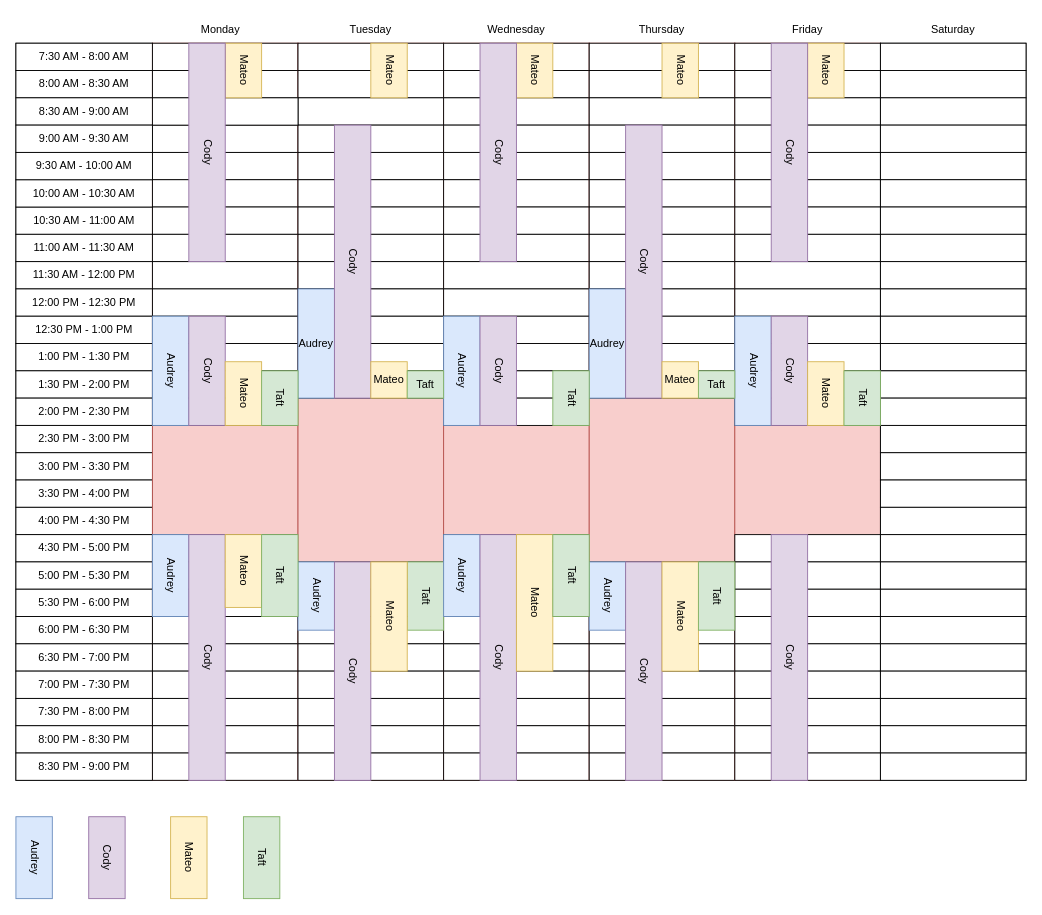
Above: notion/_availability.drawio in MateoTomaszeuski/Spring2025-FinalProject (draw.io), before the change. Source tidied: cells renumbered, new cells numbered last; positions are measured from the earlier drawing's top-left corner, leaving out a move shared by most shapes. Both pictures are drawn from the tidied source at 91%, with x=0, y=0 at pixel (15, 15).
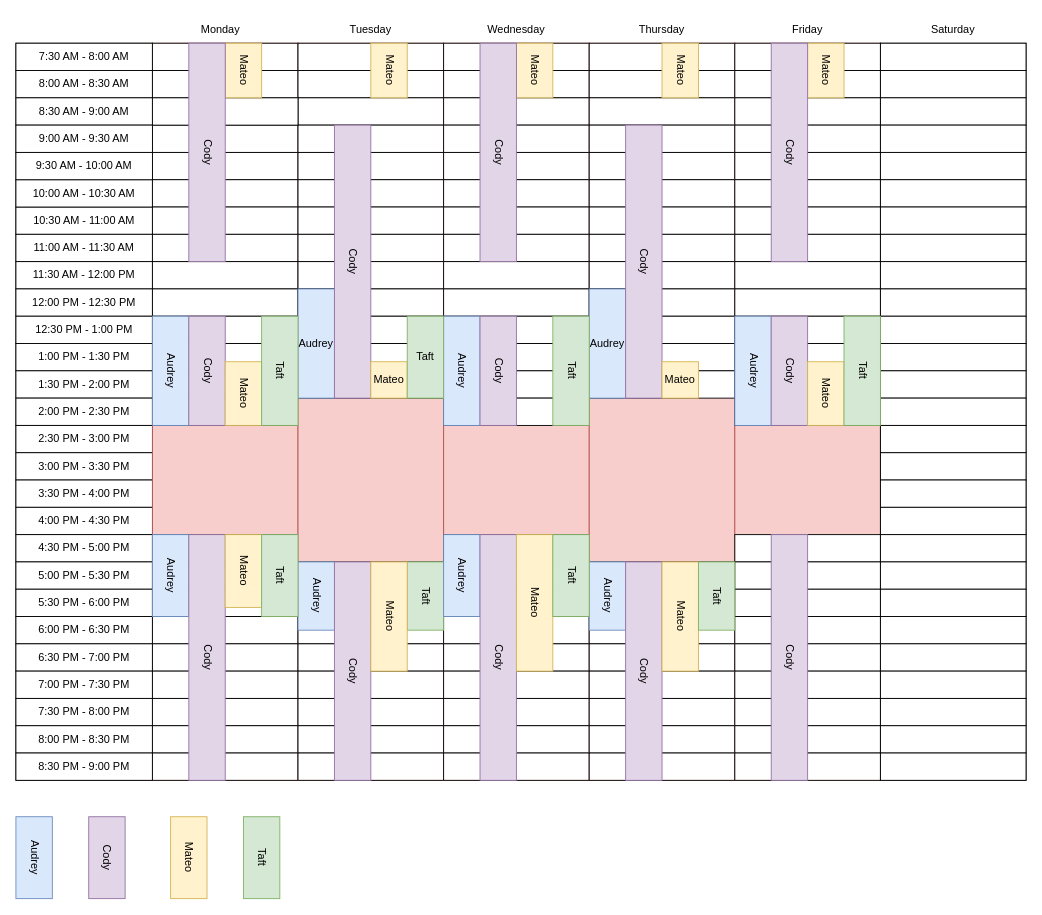
The same page after the edit.

Change to the diagram source:
```diff
@@
     <mxCell id="213" value="Taft" style="rounded=0;whiteSpace=wrap;html=1;textDirection=vertical-lr;fillColor=#d5e8d4;strokeColor=#82b366;" parent="1" vertex="1">
-      <mxGeometry x="270" y="390" width="40" height="60" as="geometry" />
+      <mxGeometry x="270" y="330" width="40" height="120" as="geometry" />
     </mxCell>
     <mxCell id="214" value="Taft" style="rounded=0;whiteSpace=wrap;html=1;textDirection=vertical-lr;fillColor=#d5e8d4;strokeColor=#82b366;" parent="1" vertex="1">
-      <mxGeometry x="590" y="390" width="40" height="60" as="geometry" />
+      <mxGeometry x="590" y="330" width="40" height="120" as="geometry" />
     </mxCell>
     <mxCell id="215" value="Taft" style="rounded=0;whiteSpace=wrap;html=1;textDirection=vertical-lr;fillColor=#d5e8d4;strokeColor=#82b366;" parent="1" vertex="1">
-      <mxGeometry x="910" y="390" width="40" height="60" as="geometry" />
+      <mxGeometry x="910" y="330" width="40" height="120" as="geometry" />
     </mxCell>
     <mxCell id="216" value="Taft" style="rounded=0;whiteSpace=wrap;html=1;fillColor=#d5e8d4;strokeColor=#82b366;" parent="1" vertex="1">
-      <mxGeometry x="430" y="390" width="40" height="30" as="geometry" />
+      <mxGeometry x="430" y="330" width="40" height="90" as="geometry" />
     </mxCell>
-    <mxCell id="217" value="Taft" style="rounded=0;whiteSpace=wrap;html=1;fillColor=#d5e8d4;strokeColor=#82b366;" parent="1" vertex="1">
-      <mxGeometry x="750" y="390" width="40" height="30" as="geometry" />
-    </mxCell>
```
